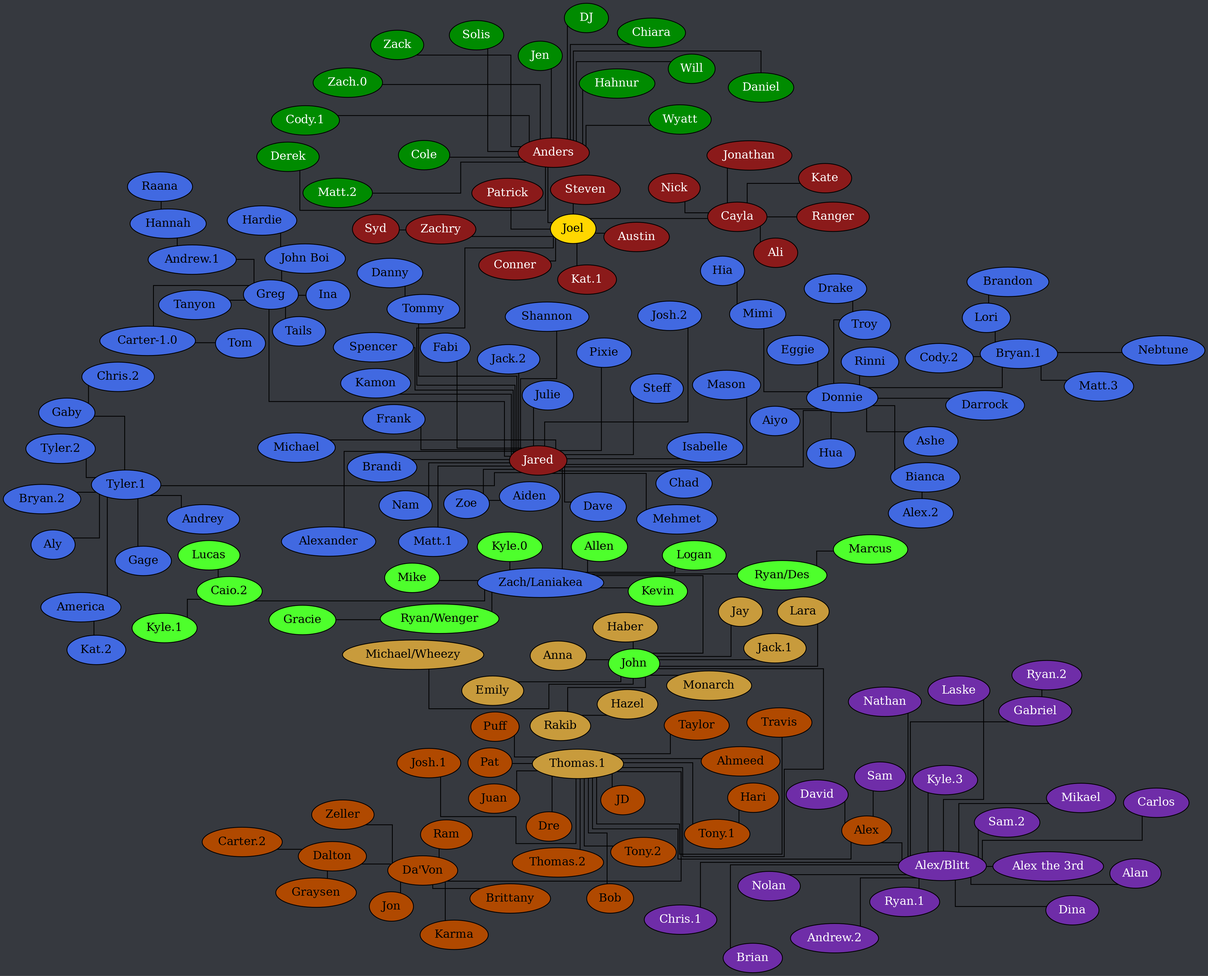
Earlier version of the Graphviz export tree.png (Documidas/CoronaCatzFamilyTree). Its source is kept beside it as tree.dot.
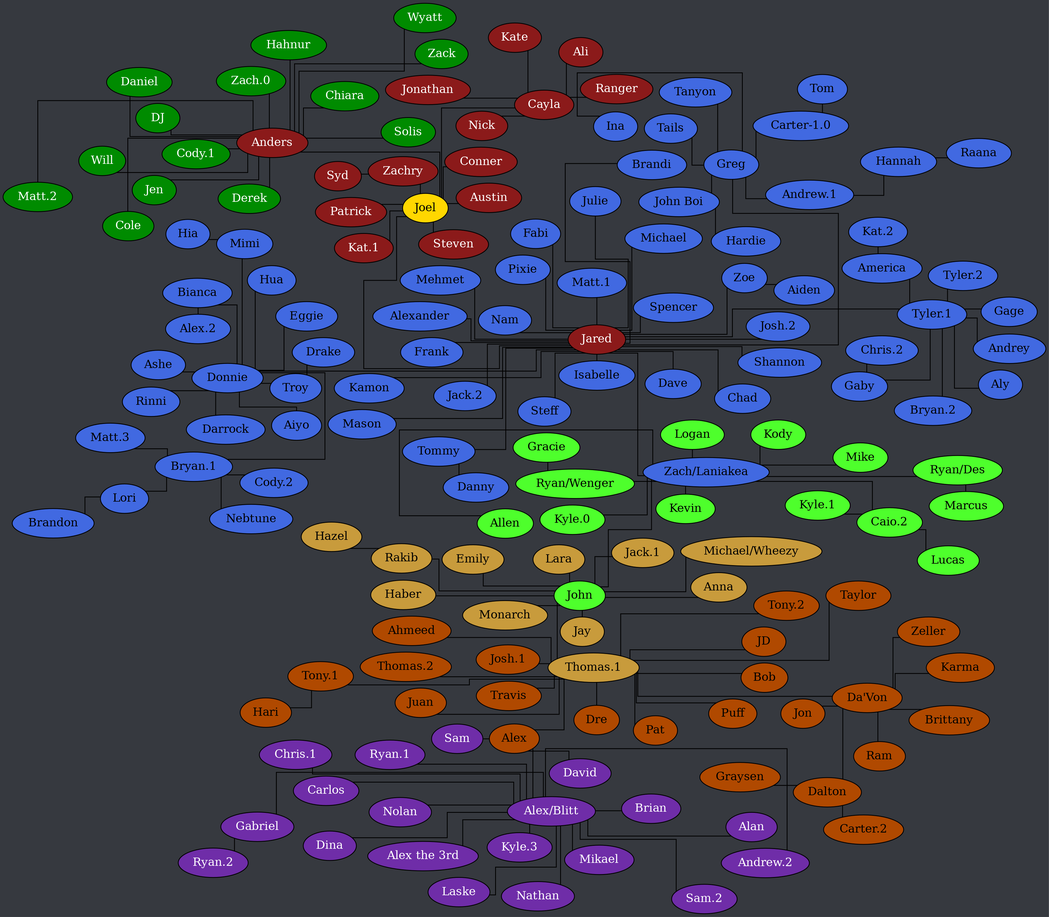
The same diagram one commit later.

Diff of the diagram source:
```diff
@@ -133,6 +133,7 @@
 		"Zach/Laniakea" -- John;
 		"Zach/Laniakea" -- Logan;
 		"Zach/Laniakea" -- Kevin;
+		"Zach/Laniakea" -- Kody;
 		"Zach/Laniakea" -- "Kyle.0";
 		"Zach/Laniakea" -- Mike;
 		"Zach/Laniakea" -- "Ryan/Des";
```
